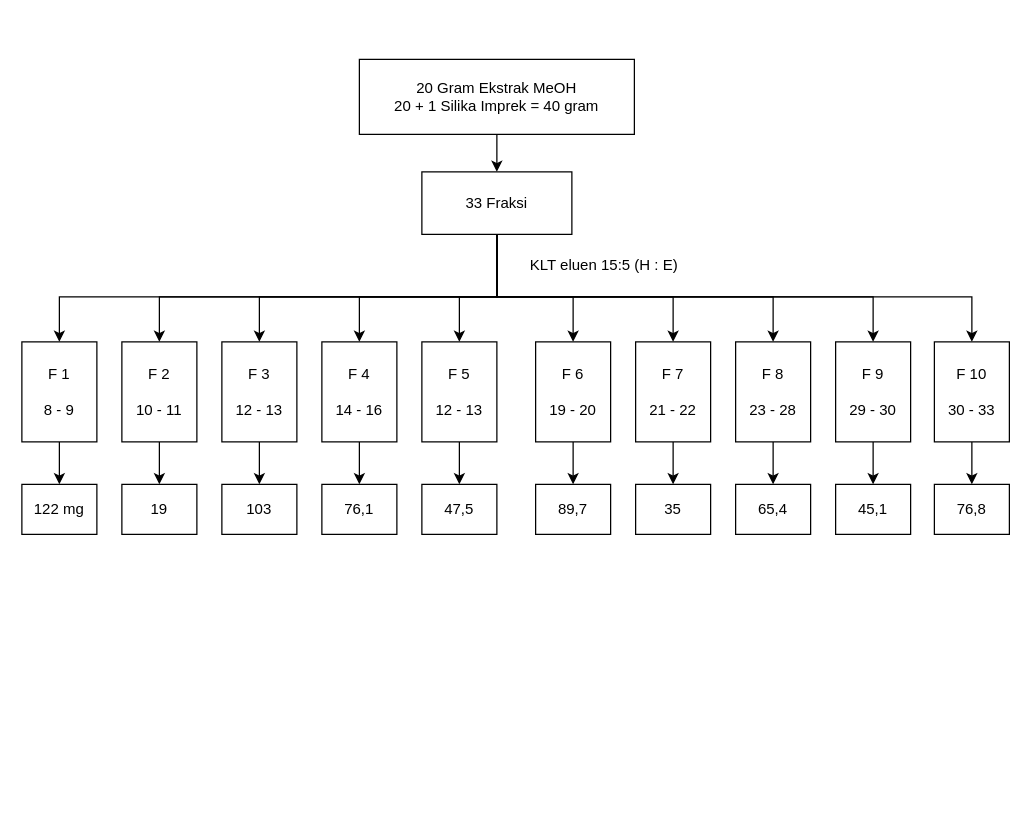
Above: debta.drawio in joeinus134131/OnlineDiagramProject (draw.io), before the change. Source tidied: cells renumbered, new cells numbered last; positions are measured from the earlier drawing's top-left corner, leaving out a move shared by most shapes. Both pictures are drawn from the tidied source at 125%, with x=0, y=0 at pixel (21, 59).
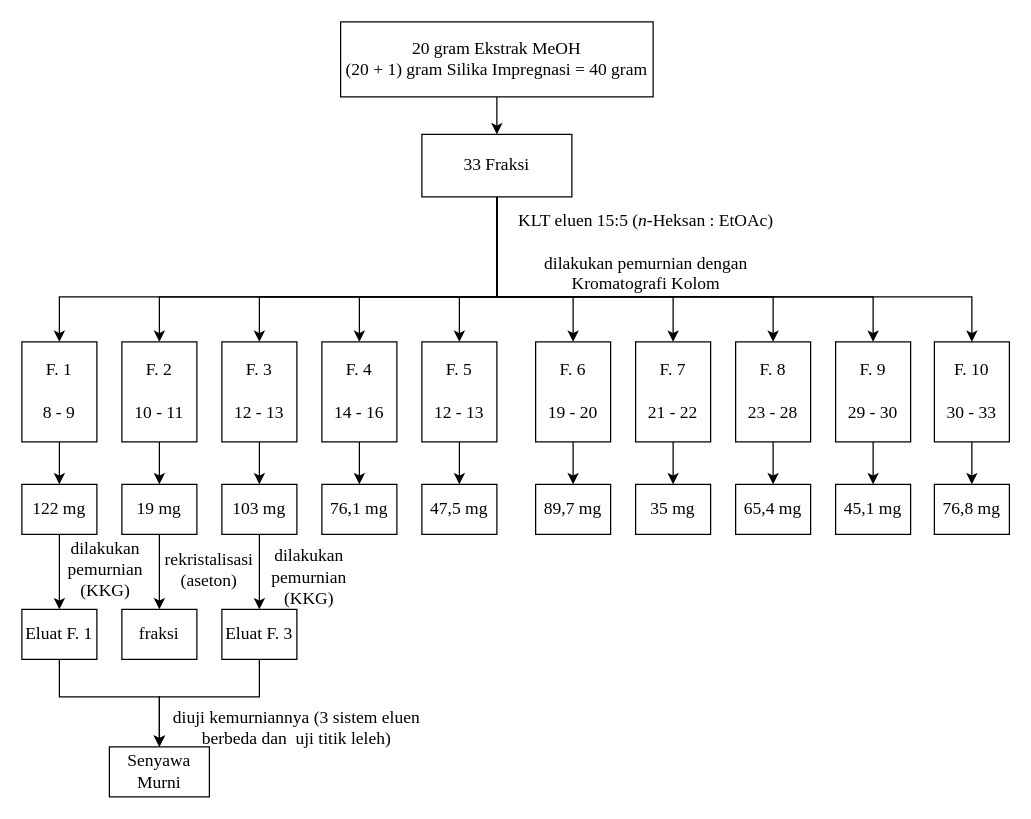
After the change.

Change to the diagram source:
```diff
@@
-    <mxCell id="2" style="edgeStyle=orthogonalEdgeStyle;rounded=0;jettySize=auto;html=1;" parent="1" edge="1" source="3" target="14">
+    <mxCell id="2" style="edgeStyle=orthogonalEdgeStyle;rounded=0;jettySize=auto;html=1;fontFamily=Times New Roman;fontSize=14;" parent="1" edge="1" source="3" target="14">
       <mxGeometry relative="1" as="geometry" />
     </mxCell>
-    <mxCell id="3" value="20 Gram Ekstrak MeOH&lt;br&gt;20 + 1 Silika Imprek = 40 gram" style="rounded=0;whiteSpace=wrap;html=1;" parent="1" vertex="1">
-      <mxGeometry x="270" width="220" height="60" as="geometry" />
+    <mxCell id="3" value="20 gram Ekstrak MeOH&lt;br style=&quot;font-size: 14px&quot;&gt;(20 + 1) gram Silika Impregnasi = 40 gram" style="rounded=0;whiteSpace=wrap;html=1;fontFamily=Times New Roman;fontSize=14;" parent="1" vertex="1">
+      <mxGeometry x="255" y="-30" width="250" height="60" as="geometry" />
     </mxCell>
-    <mxCell id="4" style="edgeStyle=orthogonalEdgeStyle;rounded=0;jettySize=auto;html=1;entryX=0.5;entryY=0;entryDx=0;entryDy=0;" parent="1" edge="1" source="14" target="33">
+    <mxCell id="4" style="edgeStyle=orthogonalEdgeStyle;rounded=0;jettySize=auto;html=1;entryX=0.5;entryY=0;entryDx=0;entryDy=0;fontFamily=Times New Roman;fontSize=14;" parent="1" edge="1" source="14" target="33">
       <mxGeometry relative="1" as="geometry">
         <Array as="points">
           <mxPoint x="380" y="190" />
           <mxPoint x="350" y="190" />
         </Array>
       </mxGeometry>
     </mxCell>
-    <mxCell id="5" style="edgeStyle=orthogonalEdgeStyle;rounded=0;jettySize=auto;html=1;" parent="1" edge="1" source="14" target="35">
+    <mxCell id="5" style="edgeStyle=orthogonalEdgeStyle;rounded=0;jettySize=auto;html=1;fontFamily=Times New Roman;fontSize=14;" parent="1" edge="1" source="14" target="35">
       <mxGeometry relative="1" as="geometry">
         <Array as="points">
           <mxPoint x="380" y="190" />
           <mxPoint x="270" y="190" />
         </Array>
       </mxGeometry>
     </mxCell>
-    <mxCell id="6" style="edgeStyle=orthogonalEdgeStyle;rounded=0;jettySize=auto;html=1;entryX=0.5;entryY=0;entryDx=0;entryDy=0;" parent="1" edge="1" source="14" target="21">
+    <mxCell id="6" style="edgeStyle=orthogonalEdgeStyle;rounded=0;jettySize=auto;html=1;entryX=0.5;entryY=0;entryDx=0;entryDy=0;fontFamily=Times New Roman;fontSize=14;" parent="1" edge="1" source="14" target="21">
       <mxGeometry relative="1" as="geometry">
         <Array as="points">
           <mxPoint x="380" y="190" />
           <mxPoint x="190" y="190" />
         </Array>
       </mxGeometry>
     </mxCell>
-    <mxCell id="7" style="edgeStyle=orthogonalEdgeStyle;rounded=0;jettySize=auto;html=1;entryX=0.5;entryY=0;entryDx=0;entryDy=0;" parent="1" edge="1" source="14" target="19">
+    <mxCell id="7" style="edgeStyle=orthogonalEdgeStyle;rounded=0;jettySize=auto;html=1;entryX=0.5;entryY=0;entryDx=0;entryDy=0;fontFamily=Times New Roman;fontSize=14;" parent="1" edge="1" source="14" target="19">
       <mxGeometry relative="1" as="geometry">
         <Array as="points">
           <mxPoint x="380" y="190" />
           <mxPoint x="110" y="190" />
         </Array>
       </mxGeometry>
     </mxCell>
-    <mxCell id="8" style="edgeStyle=orthogonalEdgeStyle;rounded=0;jettySize=auto;html=1;entryX=0.5;entryY=0;entryDx=0;entryDy=0;" parent="1" edge="1" source="14" target="17">
+    <mxCell id="8" style="edgeStyle=orthogonalEdgeStyle;rounded=0;jettySize=auto;html=1;entryX=0.5;entryY=0;entryDx=0;entryDy=0;fontFamily=Times New Roman;fontSize=14;" parent="1" edge="1" source="14" target="17">
       <mxGeometry relative="1" as="geometry">
         <Array as="points">
           <mxPoint x="380" y="190" />
           <mxPoint x="30" y="190" />
         </Array>
       </mxGeometry>
     </mxCell>
-    <mxCell id="9" style="edgeStyle=orthogonalEdgeStyle;rounded=0;jettySize=auto;html=1;entryX=0.5;entryY=0;entryDx=0;entryDy=0;" parent="1" edge="1" source="14" target="23">
+    <mxCell id="9" style="edgeStyle=orthogonalEdgeStyle;rounded=0;jettySize=auto;html=1;entryX=0.5;entryY=0;entryDx=0;entryDy=0;fontFamily=Times New Roman;fontSize=14;" parent="1" edge="1" source="14" target="23">
       <mxGeometry relative="1" as="geometry">
         <Array as="points">
           <mxPoint x="380" y="190" />
           <mxPoint x="441" y="190" />
         </Array>
       </mxGeometry>
     </mxCell>
-    <mxCell id="10" style="edgeStyle=orthogonalEdgeStyle;rounded=0;jettySize=auto;html=1;" parent="1" edge="1" source="14" target="25">
+    <mxCell id="10" style="edgeStyle=orthogonalEdgeStyle;rounded=0;jettySize=auto;html=1;fontFamily=Times New Roman;fontSize=14;" parent="1" edge="1" source="14" target="25">
       <mxGeometry relative="1" as="geometry">
         <Array as="points">
           <mxPoint x="380" y="190" />
           <mxPoint x="521" y="190" />
         </Array>
       </mxGeometry>
     </mxCell>
-    <mxCell id="11" style="edgeStyle=orthogonalEdgeStyle;rounded=0;jettySize=auto;html=1;" parent="1" edge="1" source="14" target="27">
+    <mxCell id="11" style="edgeStyle=orthogonalEdgeStyle;rounded=0;jettySize=auto;html=1;fontFamily=Times New Roman;fontSize=14;" parent="1" edge="1" source="14" target="27">
       <mxGeometry relative="1" as="geometry">
         <Array as="points">
           <mxPoint x="380" y="190" />
           <mxPoint x="601" y="190" />
         </Array>
       </mxGeometry>
     </mxCell>
-    <mxCell id="12" style="edgeStyle=orthogonalEdgeStyle;rounded=0;jettySize=auto;html=1;" parent="1" edge="1" source="14" target="29">
+    <mxCell id="12" style="edgeStyle=orthogonalEdgeStyle;rounded=0;jettySize=auto;html=1;fontFamily=Times New Roman;fontSize=14;" parent="1" edge="1" source="14" target="29">
       <mxGeometry relative="1" as="geometry">
         <Array as="points">
           <mxPoint x="380" y="190" />
           <mxPoint x="681" y="190" />
         </Array>
       </mxGeometry>
     </mxCell>
-    <mxCell id="13" style="edgeStyle=orthogonalEdgeStyle;rounded=0;jettySize=auto;html=1;entryX=0.5;entryY=0;entryDx=0;entryDy=0;" parent="1" edge="1" source="14" target="31">
+    <mxCell id="13" style="edgeStyle=orthogonalEdgeStyle;rounded=0;jettySize=auto;html=1;entryX=0.5;entryY=0;entryDx=0;entryDy=0;fontFamily=Times New Roman;fontSize=14;" parent="1" edge="1" source="14" target="31">
       <mxGeometry relative="1" as="geometry">
         <Array as="points">
           <mxPoint x="380" y="190" />
           <mxPoint x="760" y="190" />
         </Array>
       </mxGeometry>
     </mxCell>
-    <mxCell id="14" value="33 Fraksi" style="rounded=0;whiteSpace=wrap;html=1;" parent="1" vertex="1">
-      <mxGeometry x="320" y="90" width="120" height="50" as="geometry" />
+    <mxCell id="14" value="33 Fraksi" style="rounded=0;whiteSpace=wrap;html=1;fontFamily=Times New Roman;fontSize=14;" parent="1" vertex="1">
+      <mxGeometry x="320" y="60" width="120" height="50" as="geometry" />
     </mxCell>
-    <mxCell id="15" value="KLT eluen 15:5 (H : E)" style="text;html=1;strokeColor=none;fillColor=none;align=center;verticalAlign=middle;whiteSpace=wrap;rounded=0;" parent="1" vertex="1">
-      <mxGeometry x="381" y="150" width="170" height="30" as="geometry" />
+    <mxCell id="15" value="KLT eluen 15:5 (&lt;i&gt;n&lt;/i&gt;-Heksan : EtOAc)&lt;br&gt;&lt;br&gt;dilakukan pemurnian dengan Kromatografi Kolom" style="text;html=1;strokeColor=none;fillColor=none;align=center;verticalAlign=middle;whiteSpace=wrap;rounded=0;fontFamily=Times New Roman;fontSize=14;" parent="1" vertex="1">
+      <mxGeometry x="380" y="140" width="239" height="30" as="geometry" />
     </mxCell>
-    <mxCell id="16" style="edgeStyle=orthogonalEdgeStyle;rounded=0;jettySize=auto;html=1;" parent="1" edge="1" source="17" target="36">
+    <mxCell id="16" style="edgeStyle=orthogonalEdgeStyle;rounded=0;jettySize=auto;html=1;fontFamily=Times New Roman;fontSize=14;" parent="1" edge="1" source="17" target="36">
       <mxGeometry relative="1" as="geometry" />
     </mxCell>
-    <mxCell id="17" value="F 1&lt;br&gt;&lt;br&gt;8 - 9" style="rounded=0;whiteSpace=wrap;html=1;" parent="1" vertex="1">
+    <mxCell id="17" value="F. 1&lt;br style=&quot;font-size: 14px&quot;&gt;&lt;br style=&quot;font-size: 14px&quot;&gt;8 - 9" style="rounded=0;whiteSpace=wrap;html=1;fontFamily=Times New Roman;fontSize=14;" parent="1" vertex="1">
       <mxGeometry y="226" width="60" height="80" as="geometry" />
     </mxCell>
-    <mxCell id="18" style="edgeStyle=orthogonalEdgeStyle;rounded=0;jettySize=auto;html=1;" parent="1" edge="1" source="19" target="37">
+    <mxCell id="18" style="edgeStyle=orthogonalEdgeStyle;rounded=0;jettySize=auto;html=1;fontFamily=Times New Roman;fontSize=14;" parent="1" edge="1" source="19" target="37">
       <mxGeometry relative="1" as="geometry" />
     </mxCell>
-    <mxCell id="19" value="F 2&lt;br&gt;&lt;br&gt;10 - 11" style="rounded=0;whiteSpace=wrap;html=1;" parent="1" vertex="1">
+    <mxCell id="19" value="F. 2&lt;br style=&quot;font-size: 14px&quot;&gt;&lt;br style=&quot;font-size: 14px&quot;&gt;10 - 11" style="rounded=0;whiteSpace=wrap;html=1;fontFamily=Times New Roman;fontSize=14;" parent="1" vertex="1">
       <mxGeometry x="80" y="226" width="60" height="80" as="geometry" />
     </mxCell>
-    <mxCell id="20" style="edgeStyle=orthogonalEdgeStyle;rounded=0;jettySize=auto;html=1;" parent="1" edge="1" source="21" target="38">
+    <mxCell id="20" style="edgeStyle=orthogonalEdgeStyle;rounded=0;jettySize=auto;html=1;fontFamily=Times New Roman;fontSize=14;" parent="1" edge="1" source="21" target="38">
       <mxGeometry relative="1" as="geometry" />
     </mxCell>
-    <mxCell id="21" value="F 3&lt;br&gt;&lt;br&gt;12 - 13" style="rounded=0;whiteSpace=wrap;html=1;" parent="1" vertex="1">
+    <mxCell id="21" value="F. 3&lt;br style=&quot;font-size: 14px&quot;&gt;&lt;br style=&quot;font-size: 14px&quot;&gt;12 - 13" style="rounded=0;whiteSpace=wrap;html=1;fontFamily=Times New Roman;fontSize=14;" parent="1" vertex="1">
       <mxGeometry x="160" y="226" width="60" height="80" as="geometry" />
     </mxCell>
-    <mxCell id="22" style="edgeStyle=orthogonalEdgeStyle;rounded=0;jettySize=auto;html=1;" parent="1" edge="1" source="23" target="41">
+    <mxCell id="22" style="edgeStyle=orthogonalEdgeStyle;rounded=0;jettySize=auto;html=1;fontFamily=Times New Roman;fontSize=14;" parent="1" edge="1" source="23" target="41">
       <mxGeometry relative="1" as="geometry" />
     </mxCell>
-    <mxCell id="23" value="F 6&lt;br&gt;&lt;br&gt;19 - 20" style="rounded=0;whiteSpace=wrap;html=1;" parent="1" vertex="1">
+    <mxCell id="23" value="F. 6&lt;br style=&quot;font-size: 14px&quot;&gt;&lt;br style=&quot;font-size: 14px&quot;&gt;19 - 20" style="rounded=0;whiteSpace=wrap;html=1;fontFamily=Times New Roman;fontSize=14;" parent="1" vertex="1">
       <mxGeometry x="411" y="226" width="60" height="80" as="geometry" />
     </mxCell>
-    <mxCell id="24" style="edgeStyle=orthogonalEdgeStyle;rounded=0;jettySize=auto;html=1;" parent="1" edge="1" source="25" target="42">
+    <mxCell id="24" style="edgeStyle=orthogonalEdgeStyle;rounded=0;jettySize=auto;html=1;fontFamily=Times New Roman;fontSize=14;" parent="1" edge="1" source="25" target="42">
       <mxGeometry relative="1" as="geometry" />
     </mxCell>
-    <mxCell id="25" value="F 7&lt;br&gt;&lt;br&gt;21 - 22" style="rounded=0;whiteSpace=wrap;html=1;" parent="1" vertex="1">
+    <mxCell id="25" value="F. 7&lt;br style=&quot;font-size: 14px&quot;&gt;&lt;br style=&quot;font-size: 14px&quot;&gt;21 - 22" style="rounded=0;whiteSpace=wrap;html=1;fontFamily=Times New Roman;fontSize=14;" parent="1" vertex="1">
       <mxGeometry x="491" y="226" width="60" height="80" as="geometry" />
     </mxCell>
-    <mxCell id="26" style="edgeStyle=orthogonalEdgeStyle;rounded=0;jettySize=auto;html=1;" parent="1" edge="1" source="27" target="43">
+    <mxCell id="26" style="edgeStyle=orthogonalEdgeStyle;rounded=0;jettySize=auto;html=1;fontFamily=Times New Roman;fontSize=14;" parent="1" edge="1" source="27" target="43">
       <mxGeometry relative="1" as="geometry" />
     </mxCell>
-    <mxCell id="27" value="F 8&lt;br&gt;&lt;br&gt;23 - 28" style="rounded=0;whiteSpace=wrap;html=1;" parent="1" vertex="1">
+    <mxCell id="27" value="F. 8&lt;br style=&quot;font-size: 14px&quot;&gt;&lt;br style=&quot;font-size: 14px&quot;&gt;23 - 28" style="rounded=0;whiteSpace=wrap;html=1;fontFamily=Times New Roman;fontSize=14;" parent="1" vertex="1">
       <mxGeometry x="571" y="226" width="60" height="80" as="geometry" />
     </mxCell>
-    <mxCell id="28" style="edgeStyle=orthogonalEdgeStyle;rounded=0;jettySize=auto;html=1;" parent="1" edge="1" source="29" target="44">
+    <mxCell id="28" style="edgeStyle=orthogonalEdgeStyle;rounded=0;jettySize=auto;html=1;fontFamily=Times New Roman;fontSize=14;" parent="1" edge="1" source="29" target="44">
       <mxGeometry relative="1" as="geometry" />
     </mxCell>
-    <mxCell id="29" value="F 9&lt;br&gt;&lt;br&gt;29 - 30" style="rounded=0;whiteSpace=wrap;html=1;" parent="1" vertex="1">
+    <mxCell id="29" value="F. 9&lt;br style=&quot;font-size: 14px&quot;&gt;&lt;br style=&quot;font-size: 14px&quot;&gt;29 - 30" style="rounded=0;whiteSpace=wrap;html=1;fontFamily=Times New Roman;fontSize=14;" parent="1" vertex="1">
       <mxGeometry x="651" y="226" width="60" height="80" as="geometry" />
     </mxCell>
-    <mxCell id="30" style="edgeStyle=orthogonalEdgeStyle;rounded=0;jettySize=auto;html=1;" parent="1" edge="1" source="31" target="45">
+    <mxCell id="30" style="edgeStyle=orthogonalEdgeStyle;rounded=0;jettySize=auto;html=1;fontFamily=Times New Roman;fontSize=14;" parent="1" edge="1" source="31" target="45">
       <mxGeometry relative="1" as="geometry" />
     </mxCell>
-    <mxCell id="31" value="F 10&lt;br&gt;&lt;br&gt;30 - 33" style="rounded=0;whiteSpace=wrap;html=1;" parent="1" vertex="1">
+    <mxCell id="31" value="F. 10&lt;br style=&quot;font-size: 14px&quot;&gt;&lt;br style=&quot;font-size: 14px&quot;&gt;30 - 33" style="rounded=0;whiteSpace=wrap;html=1;fontFamily=Times New Roman;fontSize=14;" parent="1" vertex="1">
       <mxGeometry x="730" y="226" width="60" height="80" as="geometry" />
     </mxCell>
-    <mxCell id="32" style="edgeStyle=orthogonalEdgeStyle;rounded=0;jettySize=auto;html=1;" parent="1" edge="1" source="33" target="40">
+    <mxCell id="32" style="edgeStyle=orthogonalEdgeStyle;rounded=0;jettySize=auto;html=1;fontFamily=Times New Roman;fontSize=14;" parent="1" edge="1" source="33" target="40">
       <mxGeometry relative="1" as="geometry" />
     </mxCell>
-    <mxCell id="33" value="F 5&lt;br&gt;&lt;br&gt;12 - 13" style="rounded=0;whiteSpace=wrap;html=1;" parent="1" vertex="1">
+    <mxCell id="33" value="F. 5&lt;br style=&quot;font-size: 14px&quot;&gt;&lt;br style=&quot;font-size: 14px&quot;&gt;12 - 13" style="rounded=0;whiteSpace=wrap;html=1;fontFamily=Times New Roman;fontSize=14;" parent="1" vertex="1">
       <mxGeometry x="320" y="226" width="60" height="80" as="geometry" />
     </mxCell>
-    <mxCell id="34" style="edgeStyle=orthogonalEdgeStyle;rounded=0;jettySize=auto;html=1;" parent="1" edge="1" source="35" target="39">
+    <mxCell id="34" style="edgeStyle=orthogonalEdgeStyle;rounded=0;jettySize=auto;html=1;fontFamily=Times New Roman;fontSize=14;" parent="1" edge="1" source="35" target="39">
       <mxGeometry relative="1" as="geometry" />
     </mxCell>
-    <mxCell id="35" value="F 4&lt;br&gt;&lt;br&gt;14 - 16" style="rounded=0;whiteSpace=wrap;html=1;" parent="1" vertex="1">
+    <mxCell id="35" value="F. 4&lt;br style=&quot;font-size: 14px&quot;&gt;&lt;br style=&quot;font-size: 14px&quot;&gt;14 - 16" style="rounded=0;whiteSpace=wrap;html=1;fontFamily=Times New Roman;fontSize=14;" parent="1" vertex="1">
       <mxGeometry x="240" y="226" width="60" height="80" as="geometry" />
     </mxCell>
+    <mxCell id="46" style="edgeStyle=orthogonalEdgeStyle;rounded=0;jettySize=auto;html=1;fontFamily=Times New Roman;fontSize=14;" parent="1" edge="1" source="36">
+      <mxGeometry relative="1" as="geometry">
+        <mxPoint x="30" y="440" as="targetPoint" />
+      </mxGeometry>
+    </mxCell>
-    <mxCell id="36" value="122 mg" style="rounded=0;whiteSpace=wrap;html=1;" parent="1" vertex="1">
+    <mxCell id="36" value="122 mg" style="rounded=0;whiteSpace=wrap;html=1;fontFamily=Times New Roman;fontSize=14;" parent="1" vertex="1">
       <mxGeometry y="340" width="60" height="40" as="geometry" />
     </mxCell>
+    <mxCell id="47" style="edgeStyle=orthogonalEdgeStyle;rounded=0;jettySize=auto;html=1;fontFamily=Times New Roman;fontSize=14;" parent="1" edge="1" source="37">
+      <mxGeometry relative="1" as="geometry">
+        <mxPoint x="110" y="440" as="targetPoint" />
+      </mxGeometry>
+    </mxCell>
-    <mxCell id="37" value="19" style="rounded=0;whiteSpace=wrap;html=1;" parent="1" vertex="1">
+    <mxCell id="37" value="19&amp;nbsp;mg" style="rounded=0;whiteSpace=wrap;html=1;fontFamily=Times New Roman;fontSize=14;" parent="1" vertex="1">
       <mxGeometry x="80" y="340" width="60" height="40" as="geometry" />
     </mxCell>
+    <mxCell id="48" style="edgeStyle=orthogonalEdgeStyle;rounded=0;jettySize=auto;html=1;fontFamily=Times New Roman;fontSize=14;" parent="1" edge="1" source="38">
+      <mxGeometry relative="1" as="geometry">
+        <mxPoint x="190" y="440" as="targetPoint" />
+      </mxGeometry>
+    </mxCell>
-    <mxCell id="38" value="103" style="rounded=0;whiteSpace=wrap;html=1;" parent="1" vertex="1">
+    <mxCell id="38" value="103&amp;nbsp;mg" style="rounded=0;whiteSpace=wrap;html=1;fontFamily=Times New Roman;fontSize=14;" parent="1" vertex="1">
       <mxGeometry x="160" y="340" width="60" height="40" as="geometry" />
     </mxCell>
-    <mxCell id="39" value="76,1" style="rounded=0;whiteSpace=wrap;html=1;" parent="1" vertex="1">
+    <mxCell id="39" value="76,1&amp;nbsp;mg" style="rounded=0;whiteSpace=wrap;html=1;fontFamily=Times New Roman;fontSize=14;" parent="1" vertex="1">
       <mxGeometry x="240" y="340" width="60" height="40" as="geometry" />
     </mxCell>
-    <mxCell id="40" value="47,5" style="rounded=0;whiteSpace=wrap;html=1;" parent="1" vertex="1">
+    <mxCell id="40" value="47,5&amp;nbsp;mg" style="rounded=0;whiteSpace=wrap;html=1;fontFamily=Times New Roman;fontSize=14;" parent="1" vertex="1">
       <mxGeometry x="320" y="340" width="60" height="40" as="geometry" />
     </mxCell>
-    <mxCell id="41" value="89,7" style="rounded=0;whiteSpace=wrap;html=1;" parent="1" vertex="1">
+    <mxCell id="41" value="89,7&amp;nbsp;mg" style="rounded=0;whiteSpace=wrap;html=1;fontFamily=Times New Roman;fontSize=14;" parent="1" vertex="1">
       <mxGeometry x="411" y="340" width="60" height="40" as="geometry" />
     </mxCell>
-    <mxCell id="42" value="35" style="rounded=0;whiteSpace=wrap;html=1;" parent="1" vertex="1">
+    <mxCell id="42" value="35&amp;nbsp;mg" style="rounded=0;whiteSpace=wrap;html=1;fontFamily=Times New Roman;fontSize=14;" parent="1" vertex="1">
       <mxGeometry x="491" y="340" width="60" height="40" as="geometry" />
     </mxCell>
-    <mxCell id="43" value="65,4" style="rounded=0;whiteSpace=wrap;html=1;" parent="1" vertex="1">
+    <mxCell id="43" value="65,4&amp;nbsp;mg" style="rounded=0;whiteSpace=wrap;html=1;fontFamily=Times New Roman;fontSize=14;" parent="1" vertex="1">
       <mxGeometry x="571" y="340" width="60" height="40" as="geometry" />
     </mxCell>
-    <mxCell id="44" value="45,1" style="rounded=0;whiteSpace=wrap;html=1;" parent="1" vertex="1">
+    <mxCell id="44" value="45,1&amp;nbsp;mg" style="rounded=0;whiteSpace=wrap;html=1;fontFamily=Times New Roman;fontSize=14;" parent="1" vertex="1">
       <mxGeometry x="651" y="340" width="60" height="40" as="geometry" />
     </mxCell>
-    <mxCell id="45" value="76,8" style="rounded=0;whiteSpace=wrap;html=1;" parent="1" vertex="1">
+    <mxCell id="45" value="76,8&amp;nbsp;mg" style="rounded=0;whiteSpace=wrap;html=1;fontFamily=Times New Roman;fontSize=14;" parent="1" vertex="1">
       <mxGeometry x="730" y="340" width="60" height="40" as="geometry" />
     </mxCell>
+    <mxCell id="49" value="dilakukan&lt;br&gt;pemurnian (KKG)" style="text;html=1;strokeColor=none;fillColor=none;align=center;verticalAlign=middle;whiteSpace=wrap;rounded=0;fontFamily=Times New Roman;fontSize=14;" parent="1" vertex="1">
+      <mxGeometry x="37" y="394" width="60" height="30" as="geometry" />
+    </mxCell>
+    <mxCell id="50" value="rekristalisasi (aseton)" style="text;html=1;strokeColor=none;fillColor=none;align=center;verticalAlign=middle;whiteSpace=wrap;rounded=0;fontFamily=Times New Roman;fontSize=14;" parent="1" vertex="1">
+      <mxGeometry x="120" y="394" width="60" height="30" as="geometry" />
+    </mxCell>
+    <mxCell id="51" value="dilakukan&lt;br&gt;pemurnian (KKG)" style="text;html=1;strokeColor=none;fillColor=none;align=center;verticalAlign=middle;whiteSpace=wrap;rounded=0;fontFamily=Times New Roman;fontSize=14;" parent="1" vertex="1">
+      <mxGeometry x="200" y="400" width="60" height="30" as="geometry" />
+    </mxCell>
+    <mxCell id="52" style="edgeStyle=orthogonalEdgeStyle;rounded=0;jettySize=auto;html=1;fontFamily=Times New Roman;fontSize=14;" parent="1" edge="1" source="53">
+      <mxGeometry relative="1" as="geometry">
+        <mxPoint x="110" y="550" as="targetPoint" />
+        <Array as="points">
+          <mxPoint x="30" y="510" />
+          <mxPoint x="110" y="510" />
+        </Array>
+      </mxGeometry>
+    </mxCell>
+    <mxCell id="53" value="Eluat F. 1" style="rounded=0;whiteSpace=wrap;html=1;fontFamily=Times New Roman;fontSize=14;" parent="1" vertex="1">
+      <mxGeometry y="440" width="60" height="40" as="geometry" />
+    </mxCell>
+    <mxCell id="54" value="fraksi" style="rounded=0;whiteSpace=wrap;html=1;fontFamily=Times New Roman;fontSize=14;" parent="1" vertex="1">
+      <mxGeometry x="80" y="440" width="60" height="40" as="geometry" />
+    </mxCell>
+    <mxCell id="55" style="edgeStyle=orthogonalEdgeStyle;rounded=0;jettySize=auto;html=1;fontFamily=Times New Roman;fontSize=14;" parent="1" edge="1" source="56">
+      <mxGeometry relative="1" as="geometry">
+        <mxPoint x="110" y="550" as="targetPoint" />
+        <Array as="points">
+          <mxPoint x="190" y="510" />
+          <mxPoint x="110" y="510" />
+        </Array>
+      </mxGeometry>
+    </mxCell>
+    <mxCell id="56" value="Eluat F. 3" style="rounded=0;whiteSpace=wrap;html=1;fontFamily=Times New Roman;fontSize=14;" parent="1" vertex="1">
+      <mxGeometry x="160" y="440" width="60" height="40" as="geometry" />
+    </mxCell>
+    <mxCell id="57" value="diuji kemurniannya (3 sistem eluen berbeda dan&amp;nbsp; uji titik leleh)" style="text;html=1;strokeColor=none;fillColor=none;align=center;verticalAlign=middle;whiteSpace=wrap;rounded=0;fontFamily=Times New Roman;fontSize=14;" parent="1" vertex="1">
+      <mxGeometry x="120" y="520" width="200" height="30" as="geometry" />
+    </mxCell>
+    <mxCell id="58" value="Senyawa Murni" style="rounded=0;whiteSpace=wrap;html=1;fontFamily=Times New Roman;fontSize=14;" parent="1" vertex="1">
+      <mxGeometry x="70" y="550" width="80" height="40" as="geometry" />
+    </mxCell>
```
